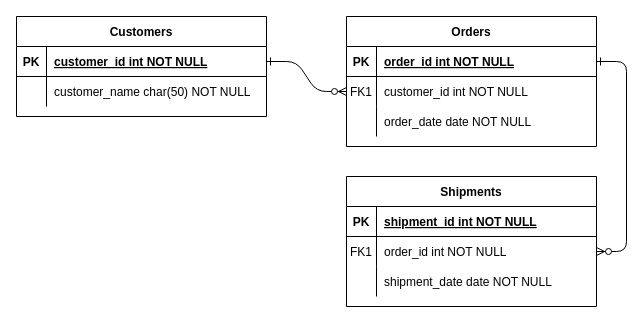
Earlier version of the draw.io diagram outdoor-heart-sutra.drawio (shirotamaki/entity-relationship-diagram). Source tidied: cells renumbered, new cells numbered last; positions are measured from the earlier drawing's top-left corner, leaving out a move shared by most shapes. Both pictures are drawn from the tidied source at 100%, with x=0, y=0 at pixel (16, 16).
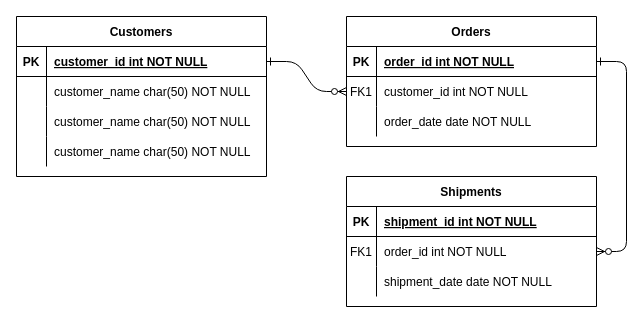
Above is the later version.

Commit message:
outdoor-heart-sutra.drawio を更新します

The edit, as a diff of the source:
```diff
@@
     <mxCell id="24" value="Customers" style="shape=table;startSize=30;childLayout=tableLayout;rowLines=0;fontStyle=1;align=center;" parent="1" vertex="1">
-      <mxGeometry width="250" height="100" as="geometry" />
+      <mxGeometry width="250" height="160" as="geometry" />
     </mxCell>
@@
+    <mxCell id="31" style="shape=partialRectangle;fillColor=none;top=0;left=0;right=0;bottom=0;" parent="24" vertex="1">
+      <mxGeometry y="90" width="250" height="30" as="geometry" />
+    </mxCell>
+    <mxCell id="32" style="shape=partialRectangle;overflow=hidden;fillColor=none;top=0;left=0;bottom=0;right=0;" parent="31" vertex="1">
+      <mxGeometry width="30" height="30" as="geometry" />
+    </mxCell>
+    <mxCell id="33" value="customer_name char(50) NOT NULL" style="shape=partialRectangle;overflow=hidden;fillColor=none;top=0;left=0;bottom=0;right=0;align=left;spacingLeft=6;" parent="31" vertex="1">
+      <mxGeometry x="30" width="220" height="30" as="geometry" />
+    </mxCell>
+    <mxCell id="34" style="shape=partialRectangle;fillColor=none;top=0;left=0;right=0;bottom=0;" parent="24" vertex="1">
+      <mxGeometry y="120" width="250" height="30" as="geometry" />
+    </mxCell>
+    <mxCell id="35" style="shape=partialRectangle;overflow=hidden;fillColor=none;top=0;left=0;bottom=0;right=0;" parent="34" vertex="1">
+      <mxGeometry width="30" height="30" as="geometry" />
+    </mxCell>
+    <mxCell id="36" value="customer_name char(50) NOT NULL" style="shape=partialRectangle;overflow=hidden;fillColor=none;top=0;left=0;bottom=0;right=0;align=left;spacingLeft=6;" parent="34" vertex="1">
+      <mxGeometry x="30" width="220" height="30" as="geometry" />
+    </mxCell>
```
